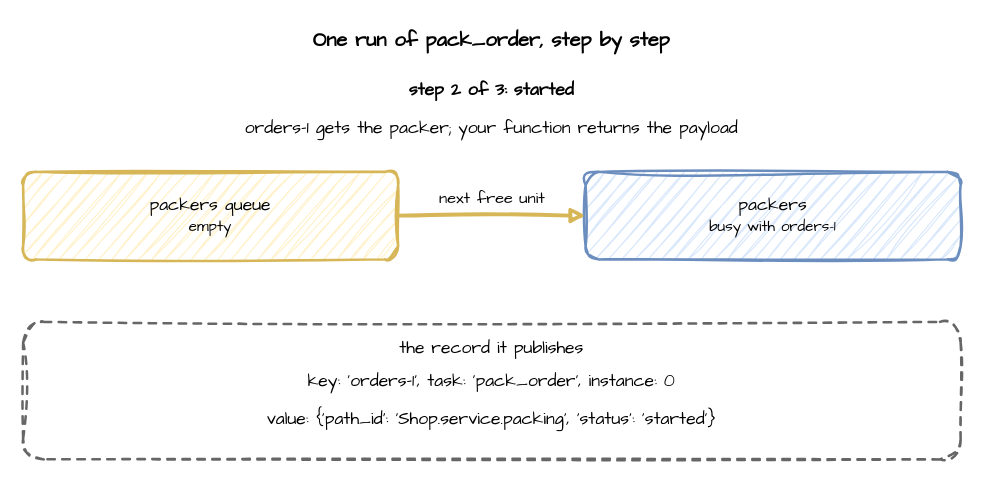
Earlier version of the draw.io diagram page "task-life-started" (2 of 3) of docs/assets/diagrams/task-life.drawio (jaehyeon-kim/desflow). Source tidied: cells renumbered, new cells numbered last; positions are measured from the earlier drawing's top-left corner, leaving out a move shared by most shapes. Both pictures are drawn from the tidied source at 125%, with x=0, y=0 at pixel (22, 21).
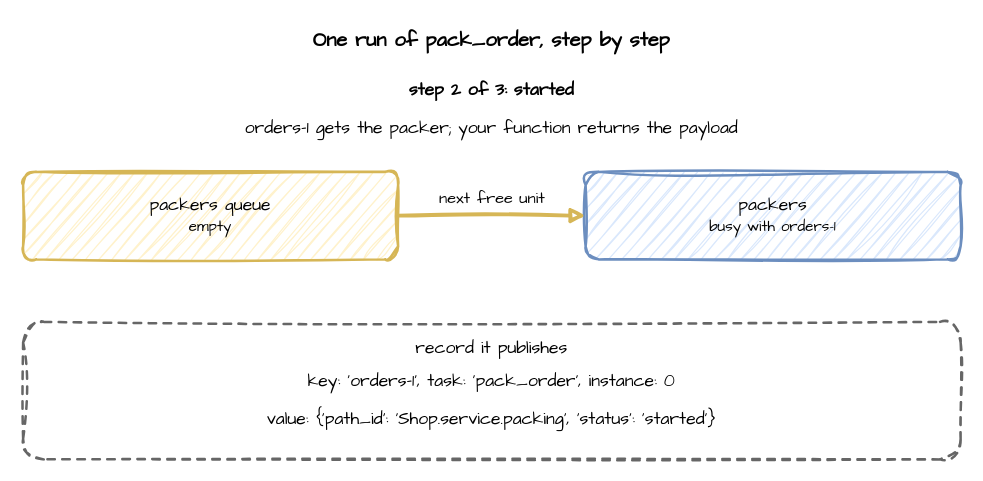
After the change.

Change to the diagram source:
```diff
@@
 <mxGraphModel>
   <root>
     <mxCell id="0" />
     <mxCell id="1" parent="0" />
     <mxCell id="2" value="One run of pack_order, step by step" style="text;html=1;align=center;verticalAlign=middle;whiteSpace=wrap;fontFamily=Comic Sans MS;fontSize=16;fontStyle=1;" parent="1" vertex="1">
       <mxGeometry width="750" height="30" as="geometry" />
     </mxCell>
     <mxCell id="3" value="step 2 of 3: started" style="text;html=1;align=center;verticalAlign=middle;whiteSpace=wrap;fontFamily=Comic Sans MS;fontSize=14;fontStyle=1;" parent="1" vertex="1">
       <mxGeometry y="40" width="750" height="30" as="geometry" />
     </mxCell>
     <mxCell id="4" value="orders-1 gets the packer; your function returns the payload" style="text;html=1;align=center;verticalAlign=middle;whiteSpace=wrap;fontFamily=Comic Sans MS;fontSize=14;" parent="1" vertex="1">
       <mxGeometry y="72" width="750" height="26" as="geometry" />
     </mxCell>
     <mxCell id="5" value="packers queue&lt;br&gt;&lt;font style='font-size:12px'&gt;empty&lt;/font&gt;" style="rounded=1;whiteSpace=wrap;html=1;sketch=1;curveFitting=1;jiggle=2;fontFamily=Comic Sans MS;fontSize=14;fillColor=#fff2cc;strokeColor=#d6b656;strokeWidth=2;" parent="1" vertex="1">
       <mxGeometry y="120" width="300" height="70" as="geometry" />
     </mxCell>
     <mxCell id="6" value="packers&lt;br&gt;&lt;font style='font-size:12px'&gt;busy with orders-1&lt;/font&gt;" style="rounded=1;whiteSpace=wrap;html=1;sketch=1;curveFitting=1;jiggle=2;fontFamily=Comic Sans MS;fontSize=14;fillColor=#dae8fc;strokeColor=#6c8ebf;strokeWidth=2;" parent="1" vertex="1">
       <mxGeometry x="450" y="120" width="300" height="70" as="geometry" />
     </mxCell>
     <mxCell id="7" value="next free unit" style="edgeStyle=orthogonalEdgeStyle;rounded=0;sketch=1;html=1;strokeWidth=3;endArrow=block;strokeColor=#d6b656;fontFamily=Comic Sans MS;fontSize=13;labelBackgroundColor=#ffffff;exitX=1;exitY=0.5;exitDx=0;exitDy=0;entryX=0;entryY=0.5;entryDx=0;entryDy=0;" parent="1" edge="1" source="5" target="6">
       <mxGeometry relative="1" as="geometry">
         <mxPoint y="-14" as="offset" />
       </mxGeometry>
     </mxCell>
-    <mxCell id="8" value="the record it publishes" style="rounded=1;whiteSpace=wrap;html=1;sketch=1;curveFitting=1;jiggle=2;fontFamily=Comic Sans MS;fontSize=14;fillColor=none;strokeColor=#666666;strokeWidth=2;dashed=1;verticalAlign=top;spacingTop=6;" parent="1" vertex="1">
+    <mxCell id="8" value="record it publishes" style="rounded=1;whiteSpace=wrap;html=1;sketch=1;curveFitting=1;jiggle=2;fontFamily=Comic Sans MS;fontSize=14;fillColor=none;strokeColor=#666666;strokeWidth=2;dashed=1;verticalAlign=top;spacingTop=6;" parent="1" vertex="1">
       <mxGeometry y="240" width="750" height="110" as="geometry" />
     </mxCell>
     <mxCell id="9" value="key: &amp;#x27;orders-1&amp;#x27;, task: &amp;#x27;pack_order&amp;#x27;, instance: 0" style="text;html=1;align=center;verticalAlign=middle;whiteSpace=wrap;fontFamily=Comic Sans MS;fontSize=14;" parent="1" vertex="1">
       <mxGeometry x="20" y="275" width="710" height="26" as="geometry" />
     </mxCell>
     <mxCell id="10" value="value: {&amp;#x27;path_id&amp;#x27;: &amp;#x27;Shop.service.packing&amp;#x27;, &amp;#x27;status&amp;#x27;: &amp;#x27;started&amp;#x27;}" style="text;html=1;align=center;verticalAlign=middle;whiteSpace=wrap;fontFamily=Comic Sans MS;fontSize=14;" parent="1" vertex="1">
       <mxGeometry x="20" y="305" width="710" height="26" as="geometry" />
     </mxCell>
   </root>
 </mxGraphModel>
```
